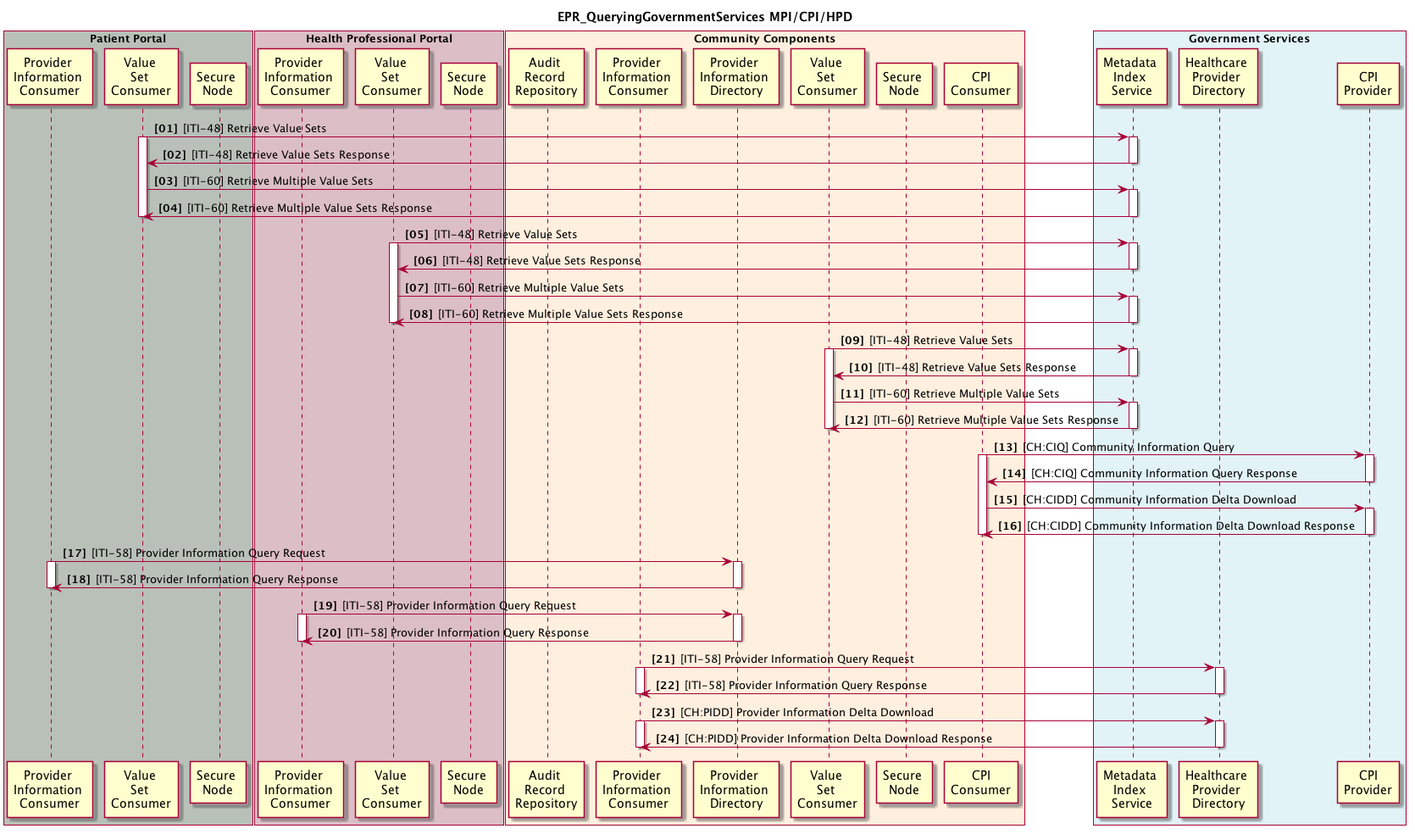
Before: 1_02_EPR_QueryingGovernmentServices.plantuml.png, a diagram exported from PlantUML (ahdis/ch-epr-seqdiag). Source of this version:
```plantuml
@startuml
skinparam Padding 1
autonumber 1 1 "<b>[00]"

title EPR_QueryingGovernmentServices MPI/CPI/HPD

box "Patient Portal" #B9C0B8
	participant pp_hpd_provider_info_consumer as "Provider \nInformation \nConsumer"
	participant pp_svs_value_set_consumer as "Value \nSet \nConsumer"
	participant pp_atna_secure_node as "Secure \nNode"
end box

box "Health Professional Portal" #DCBEC7
	participant ps_hpd_provider_info_consumer as "Provider \nInformation \nConsumer"
	participant ps_svs_value_set_consumer as "Value \nSet \nConsumer"
	participant ps_atna_secure_node as "Secure \nNode"
end box

box "Community Components" #FFEFDE
	participant cc_atna_ar as "Audit \nRecord \nRepository"
	participant cc_hpd_provider_info_consumer as "Provider \nInformation \nConsumer"
	participant cc_hpd_provider_info_directory as "Provider \nInformation \nDirectory"
	participant cc_svs_value_set_consumer as "Value \nSet \nConsumer"
	participant cc_atna_secure_node as "Secure \nNode"
	participant cc_cpi_consumer as "CPI\nConsumer"
end box

box "Government Services" #E2F3F8
	participant gs_mdi as "Metadata \nIndex \nService"
	participant gs_hpd as "Healthcare \nProvider \nDirectory"
	participant gs_cpi as "CPI\nProvider"
end box

pp_svs_value_set_consumer -> gs_mdi : [ITI-48] Retrieve Value Sets
activate pp_svs_value_set_consumer
activate gs_mdi
gs_mdi -> pp_svs_value_set_consumer : [ITI-48] Retrieve Value Sets Response
deactivate gs_mdi

pp_svs_value_set_consumer -> gs_mdi : [ITI-60] Retrieve Multiple Value Sets
activate gs_mdi
gs_mdi -> pp_svs_value_set_consumer : [ITI-60] Retrieve Multiple Value Sets Response
deactivate gs_mdi

deactivate pp_svs_value_set_consumer

ps_svs_value_set_consumer -> gs_mdi : [ITI-48] Retrieve Value Sets
activate ps_svs_value_set_consumer
activate gs_mdi
gs_mdi -> ps_svs_value_set_consumer: [ITI-48] Retrieve Value Sets Response
deactivate gs_mdi

ps_svs_value_set_consumer -> gs_mdi : [ITI-60] Retrieve Multiple Value Sets
activate gs_mdi
gs_mdi -> ps_svs_value_set_consumer : [ITI-60] Retrieve Multiple Value Sets Response
deactivate gs_mdi
deactivate ps_svs_value_set_consumer

cc_svs_value_set_consumer -> gs_mdi : [ITI-48] Retrieve Value Sets
activate cc_svs_value_set_consumer
activate gs_mdi
gs_mdi -> cc_svs_value_set_consumer: [ITI-48] Retrieve Value Sets Response
deactivate gs_mdi
cc_svs_value_set_consumer -> gs_mdi : [ITI-60] Retrieve Multiple Value Sets
activate gs_mdi
gs_mdi -> cc_svs_value_set_consumer : [ITI-60] Retrieve Multiple Value Sets Response
deactivate gs_mdi
deactivate cc_svs_value_set_consumer

cc_cpi_consumer -> gs_cpi : [CH:CIQ] Community Information Query
activate cc_cpi_consumer
activate gs_cpi
gs_cpi -> cc_cpi_consumer: [CH:CIQ] Community Information Query Response
deactivate gs_cpi
cc_cpi_consumer -> gs_cpi : [CH:CIDD] Community Information Delta Download
activate gs_cpi
gs_cpi -> cc_cpi_consumer : [CH:CIDD] Community Information Delta Download Response
deactivate gs_cpi
deactivate cc_cpi_consumer

pp_hpd_provider_info_consumer -> cc_hpd_provider_info_directory : [ITI-58] Provider Information Query Request
activate pp_hpd_provider_info_consumer
activate cc_hpd_provider_info_directory
pp_hpd_provider_info_consumer <- cc_hpd_provider_info_directory : [ITI-58] Provider Information Query Response
deactivate cc_hpd_provider_info_directory
deactivate pp_hpd_provider_info_consumer

ps_hpd_provider_info_consumer -> cc_hpd_provider_info_directory : [ITI-58] Provider Information Query Request
activate ps_hpd_provider_info_consumer
activate cc_hpd_provider_info_directory
ps_hpd_provider_info_consumer <- cc_hpd_provider_info_directory : [ITI-58] Provider Information Query Response
deactivate cc_hpd_provider_info_directory
deactivate ps_hpd_provider_info_consumer

cc_hpd_provider_info_consumer -> gs_hpd : [ITI-58] Provider Information Query Request
activate cc_hpd_provider_info_consumer
activate gs_hpd
cc_hpd_provider_info_consumer <- gs_hpd : [ITI-58] Provider Information Query Response
deactivate gs_hpd
deactivate cc_hpd_provider_info_consumer

cc_hpd_provider_info_consumer -> gs_hpd : [CH:PIDD] Provider Information Delta Download
activate cc_hpd_provider_info_consumer
activate gs_hpd
cc_hpd_provider_info_consumer <- gs_hpd : [CH:PIDD] Provider Information Delta Download Response
deactivate gs_hpd
deactivate cc_hpd_provider_info_consumer


@enduml
```
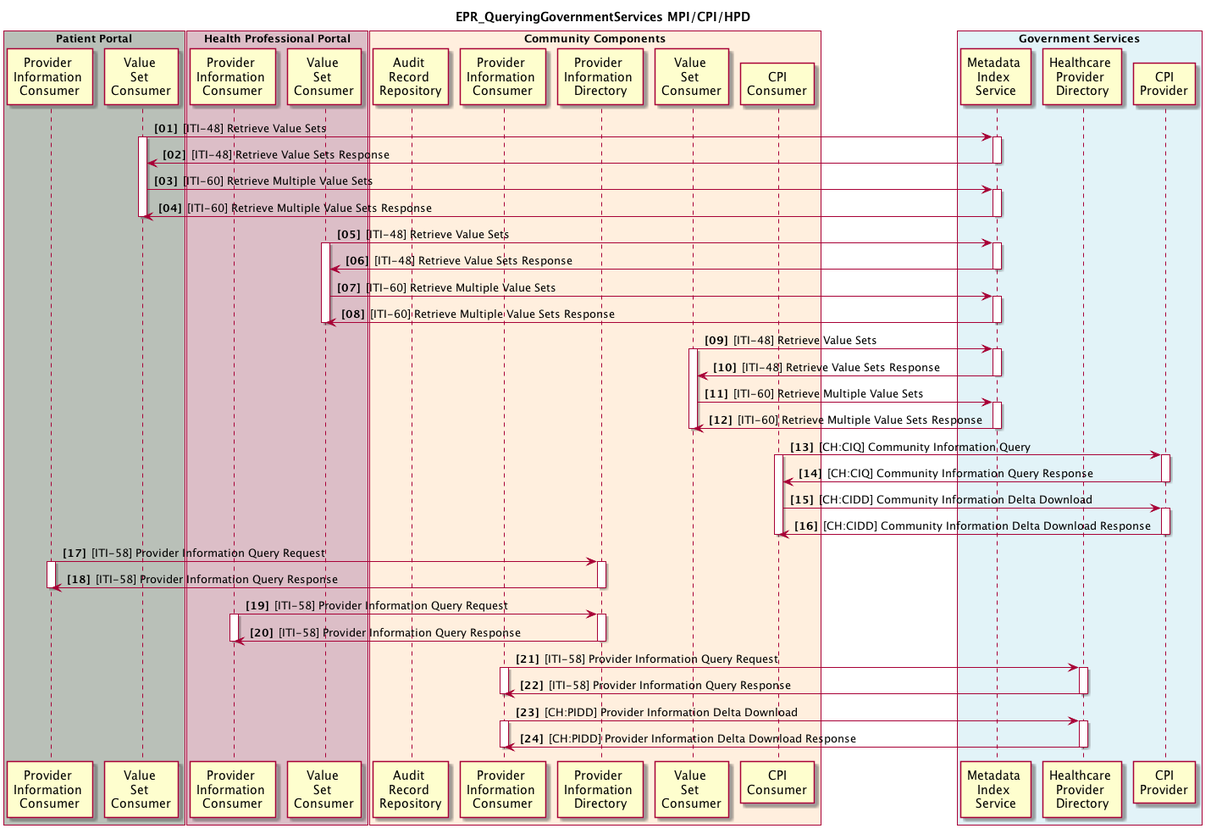
After the commit.

What changed in the source:
```diff
@@ -7,13 +7,11 @@
 box "Patient Portal" #B9C0B8
 	participant pp_hpd_provider_info_consumer as "Provider \nInformation \nConsumer"
 	participant pp_svs_value_set_consumer as "Value \nSet \nConsumer"
-	participant pp_atna_secure_node as "Secure \nNode"
 end box
 
 box "Health Professional Portal" #DCBEC7
 	participant ps_hpd_provider_info_consumer as "Provider \nInformation \nConsumer"
 	participant ps_svs_value_set_consumer as "Value \nSet \nConsumer"
-	participant ps_atna_secure_node as "Secure \nNode"
 end box
 
 box "Community Components" #FFEFDE
@@ -21,7 +19,6 @@
 	participant cc_hpd_provider_info_consumer as "Provider \nInformation \nConsumer"
 	participant cc_hpd_provider_info_directory as "Provider \nInformation \nDirectory"
 	participant cc_svs_value_set_consumer as "Value \nSet \nConsumer"
-	participant cc_atna_secure_node as "Secure \nNode"
 	participant cc_cpi_consumer as "CPI\nConsumer"
 end box
 
```
